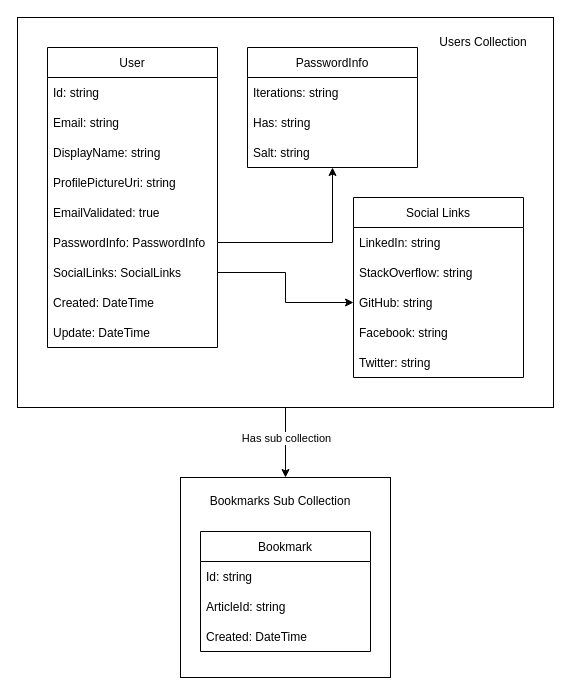
This is data-model/data-model.drawio from down-cast/architecture-and-docs, a draw.io file, before an edit. Source tidied: cells renumbered, new cells numbered last; positions are measured from the earlier drawing's top-left corner, leaving out a move shared by most shapes. Both pictures are drawn from the tidied source at 100%, with x=0, y=0 at pixel (17, 17).
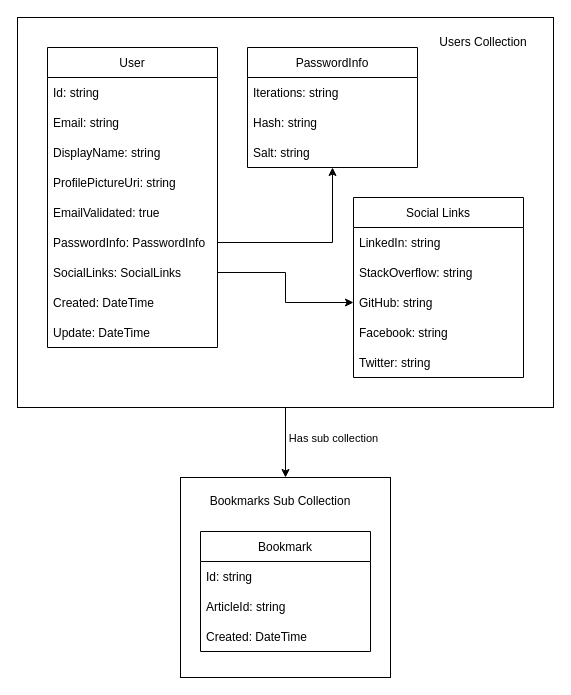
After the change.

Unchanged cells that the change refers to:
```xml
<mxCell id="2" style="edgeStyle=orthogonalEdgeStyle;rounded=0;jettySize=auto;html=1;exitX=0.5;exitY=1;exitDx=0;exitDy=0;entryX=0.5;entryY=0;entryDx=0;entryDy=0;" parent="1" edge="1" source="15" target="30">
  <mxGeometry relative="1" as="geometry" />
</mxCell>
<mxCell id="16" value="PasswordInfo" style="swimlane;fontStyle=0;horizontal=1;startSize=30;fillStyle=auto;swimlaneLine=1;glass=0;" parent="4" vertex="1">
  <mxGeometry x="230" y="30" width="170" height="120" as="geometry" />
</mxCell>
```

What changed in the source:
```diff
@@
-    <mxCell id="3" value="Has sub collection" style="edgeLabel;html=1;align=center;verticalAlign=middle;" parent="2" vertex="1">
+    <mxCell id="3" value="Has sub collection" style="edgeLabel;html=1;align=center;verticalAlign=middle;labelBackgroundColor=none;" parent="2" vertex="1">
       <mxGeometry x="-0.02" y="-3" relative="1" as="geometry">
-        <mxPoint x="3" y="-4" as="offset" />
+        <mxPoint x="50" y="-4" as="offset" />
       </mxGeometry>
     </mxCell>
@@
-    <mxCell id="18" value="Has: string" style="text;strokeColor=none;fillColor=none;align=left;verticalAlign=middle;spacingLeft=4;spacingRight=4;overflow=hidden;" parent="16" vertex="1">
+    <mxCell id="18" value="Hash: string" style="text;strokeColor=none;fillColor=none;align=left;verticalAlign=middle;spacingLeft=4;spacingRight=4;overflow=hidden;" parent="16" vertex="1">
       <mxGeometry y="60" width="170" height="30" as="geometry" />
     </mxCell>
```
